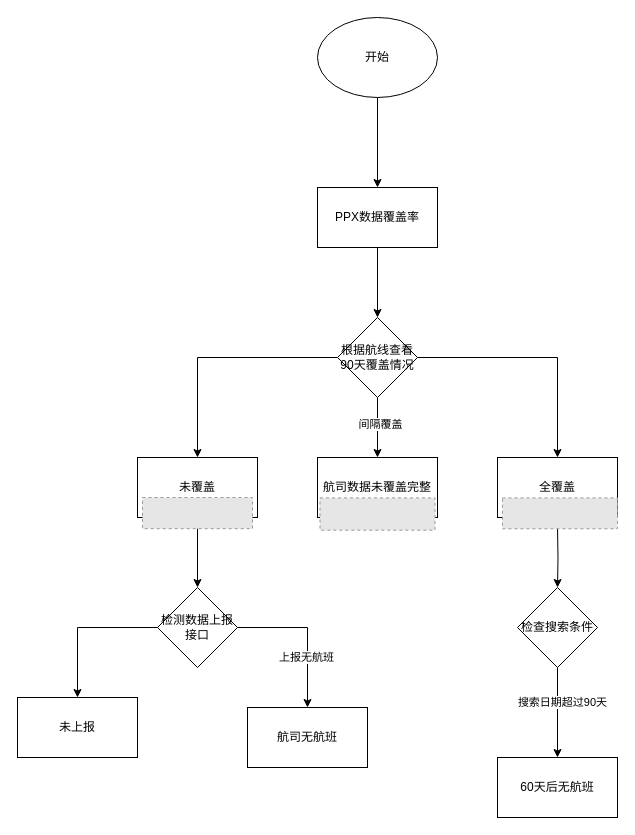
This is 数据覆盖排查流程.drawio from kelvin9527/diagram, a draw.io file, before an edit. Source tidied: cells renumbered, new cells numbered last; positions are measured from the earlier drawing's top-left corner, leaving out a move shared by most shapes. Both pictures are drawn from the tidied source at 100%, with x=0, y=0 at pixel (17, 17). Pictures stored in the file or linked from it are replaced by grey dashed boxes.
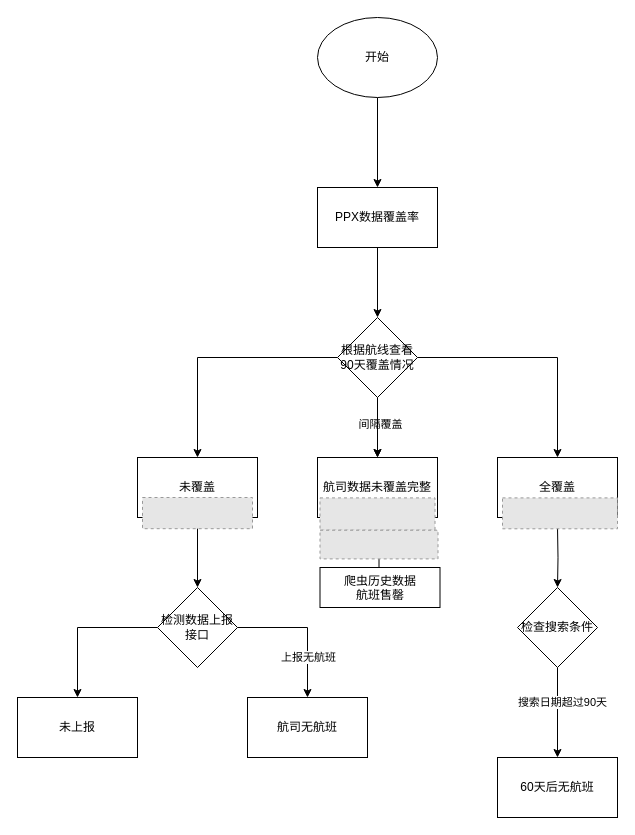
Above is the later version.

Commit message:
更新数据覆盖排查流程.drawio

Unchanged cells that the change refers to:
```xml
<mxCell id="10" value="根据航线查看90天覆盖情况" style="rhombus;whiteSpace=wrap;html=1;" parent="1" vertex="1">
  <mxGeometry x="320" y="300" width="80" height="80" as="geometry" />
</mxCell>
<mxCell id="11" value="&lt;br&gt;&lt;table border=&quot;0&quot; cellpadding=&quot;0&quot; cellspacing=&quot;0&quot; width=&quot;120&quot; height=&quot;18&quot; style=&quot;border-collapse:collapse;width:90.03pt;&quot;&gt; &lt;colgroup&gt;&lt;col width=&quot;120&quot; style=&quot;width:90.00pt;&quot;&gt;&lt;/colgroup&gt; &lt;tbody&gt;&lt;tr height=&quot;18&quot; style=&quot;height:13.50pt;&quot;&gt;  &lt;td height=&quot;18&quot; width=&quot;120&quot; style=&quot;height:13.50pt;width:90.00pt;&quot;&gt;航司数据未覆盖完整&lt;br&gt;&lt;br&gt;&lt;/td&gt; &lt;/tr&gt;&lt;/tbody&gt;&lt;/table&gt;" style="whiteSpace=wrap;html=1;" parent="1" vertex="1">
  <mxGeometry x="300" y="440" width="120" height="60" as="geometry" />
</mxCell>
<mxCell id="21" style="edgeStyle=orthogonalEdgeStyle;rounded=0;jettySize=auto;html=1;" parent="1" edge="1" source="23" target="25">
  <mxGeometry relative="1" as="geometry" />
</mxCell>
```

Change to the diagram source:
```diff
@@
+    <mxCell id="29" style="edgeStyle=orthogonalEdgeStyle;rounded=0;jettySize=auto;html=1;" parent="1" edge="1" source="10" target="11">
+      <mxGeometry relative="1" as="geometry" />
+    </mxCell>
@@
     <mxCell id="22" value="上报无航班" style="edgeLabel;html=1;align=center;verticalAlign=middle;" parent="21" vertex="1">
-      <mxGeometry x="0.32" y="-2" relative="1" as="geometry" />
+      <mxGeometry x="0.32" y="-2" relative="1" as="geometry">
+        <mxPoint x="2" y="7" as="offset" />
+      </mxGeometry>
     </mxCell>
@@
     <mxCell id="25" value="&lt;br&gt;&lt;table border=&quot;0&quot; cellpadding=&quot;0&quot; cellspacing=&quot;0&quot; width=&quot;120&quot; height=&quot;18&quot; style=&quot;border-collapse:collapse;width:90.03pt;&quot;&gt; &lt;colgroup&gt;&lt;col width=&quot;120&quot; style=&quot;width:90.00pt;&quot;&gt;&lt;/colgroup&gt; &lt;tbody&gt;&lt;tr height=&quot;18&quot; style=&quot;height:13.50pt;&quot;&gt;  &lt;td height=&quot;18&quot; width=&quot;120&quot; style=&quot;height:13.50pt;width:90.00pt;&quot;&gt;航司无航班&lt;br&gt;&lt;br&gt;&lt;/td&gt; &lt;/tr&gt;&lt;/tbody&gt;&lt;/table&gt;" style="whiteSpace=wrap;html=1;" parent="1" vertex="1">
-      <mxGeometry x="230" y="690" width="120" height="60" as="geometry" />
+      <mxGeometry x="230" y="680" width="120" height="60" as="geometry" />
     </mxCell>
@@
+    <mxCell id="30" style="edgeStyle=orthogonalEdgeStyle;rounded=0;jettySize=auto;html=1;" parent="1" edge="1" source="31" target="32">
+      <mxGeometry relative="1" as="geometry" />
+    </mxCell>
+    <mxCell id="31" style="fillColor=#E6E6E6;strokeColor=#999999;dashed=1;verticalLabelPosition=bottom;labelBackgroundColor=default;verticalAlign=top;" parent="1" vertex="1">
+      <mxGeometry x="302.5" y="512.7" width="118" height="28.7" as="geometry" />
+    </mxCell>
+    <mxCell id="32" value="爬虫历史数据&lt;div&gt;航班售罄&lt;/div&gt;" style="whiteSpace=wrap;html=1;verticalAlign=top;labelBackgroundColor=default;" parent="1" vertex="1">
+      <mxGeometry x="302.5" y="550" width="120" height="40" as="geometry" />
+    </mxCell>
```
